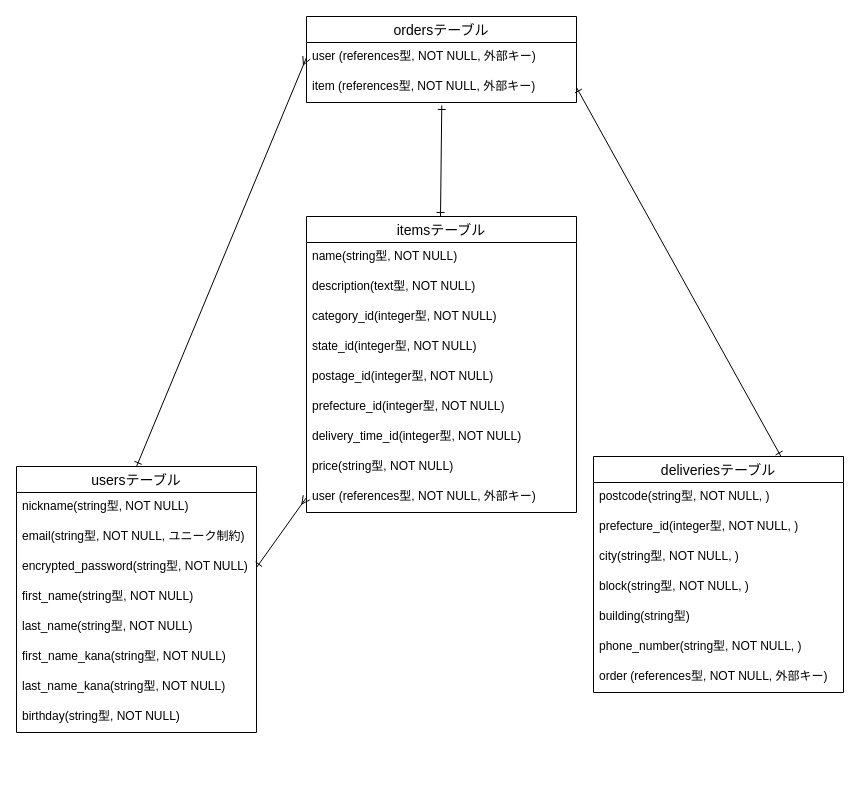
Above: furima.dio in fumiron/furima-37688 (draw.io), before the change. Source tidied: cells renumbered, new cells numbered last; positions are measured from the earlier drawing's top-left corner, leaving out a move shared by most shapes. Both pictures are drawn from the tidied source at 100%, with x=0, y=0 at pixel (16, 16).
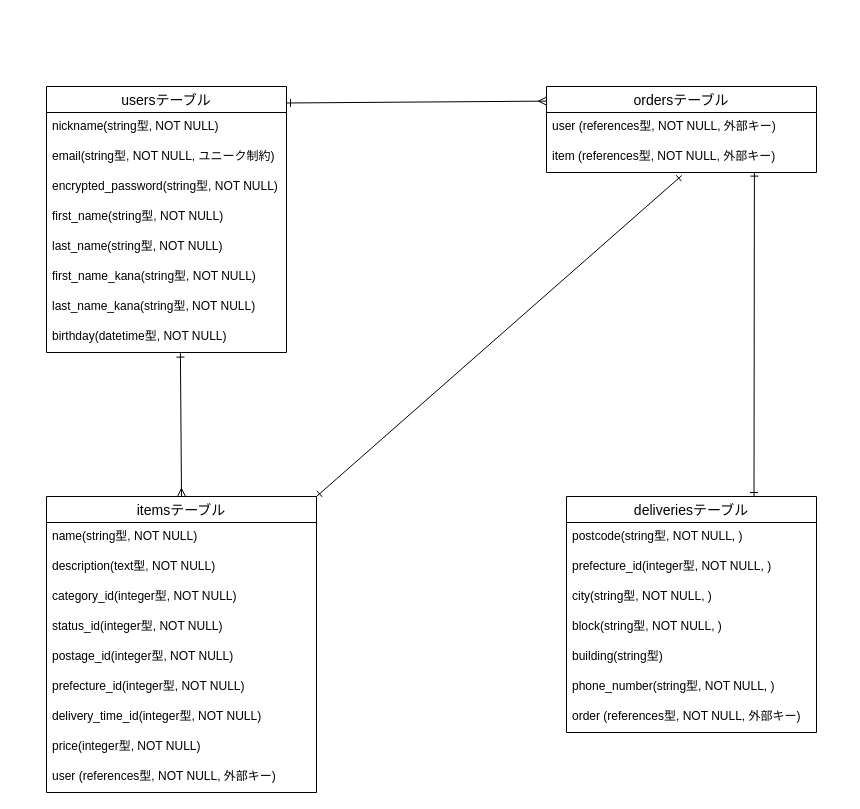
The same page after the edit.

The change refers to these unchanged cells:
```xml
<mxCell id="5" value="encrypted_password(string型, NOT NULL)" style="text;strokeColor=none;fillColor=none;spacingLeft=4;spacingRight=4;overflow=hidden;points=[[0,0.5],[1,0.5]];portConstraint=eastwest;fontSize=12;" parent="2" vertex="1">
  <mxGeometry y="86" width="240" height="30" as="geometry" />
</mxCell>
<mxCell id="22" value="user (references型, NOT NULL, 外部キー)" style="text;strokeColor=none;fillColor=none;spacingLeft=4;spacingRight=4;overflow=hidden;points=[[0,0.5],[1,0.5]];portConstraint=eastwest;fontSize=12;" parent="21" vertex="1">
  <mxGeometry y="26" width="270" height="30" as="geometry" />
</mxCell>
<mxCell id="23" value="item (references型, NOT NULL, 外部キー)" style="text;strokeColor=none;fillColor=none;spacingLeft=4;spacingRight=4;overflow=hidden;points=[[0,0.5],[1,0.5]];portConstraint=eastwest;fontSize=12;" parent="21" vertex="1">
  <mxGeometry y="56" width="270" height="30" as="geometry" />
</mxCell>
```

Diff of the diagram source:
```diff
@@
     <mxCell id="2" value="usersテーブル" style="swimlane;fontStyle=0;horizontal=1;startSize=26;align=center;fontSize=14;" parent="1" vertex="1">
-      <mxGeometry y="450" width="240" height="266" as="geometry" />
+      <mxGeometry x="30" y="70" width="240" height="266" as="geometry" />
     </mxCell>
@@
-    <mxCell id="10" value="birthday(string型, NOT NULL)" style="text;strokeColor=none;fillColor=none;spacingLeft=4;spacingRight=4;overflow=hidden;points=[[0,0.5],[1,0.5]];portConstraint=eastwest;fontSize=12;" parent="2" vertex="1">
+    <mxCell id="10" value="birthday(datetime型, NOT NULL)" style="text;strokeColor=none;fillColor=none;spacingLeft=4;spacingRight=4;overflow=hidden;points=[[0,0.5],[1,0.5]];portConstraint=eastwest;fontSize=12;" parent="2" vertex="1">
       <mxGeometry y="236" width="240" height="30" as="geometry" />
     </mxCell>
     <mxCell id="11" value="itemsテーブル" style="swimlane;fontStyle=0;horizontal=1;startSize=26;align=center;fontSize=14;" parent="1" vertex="1">
-      <mxGeometry x="290" y="200" width="270" height="296" as="geometry" />
+      <mxGeometry x="30" y="480" width="270" height="296" as="geometry" />
     </mxCell>
@@
-    <mxCell id="15" value="state_id(integer型, NOT NULL)" style="text;strokeColor=none;fillColor=none;spacingLeft=4;spacingRight=4;overflow=hidden;fontSize=12;" parent="11" vertex="1">
+    <mxCell id="15" value="status_id(integer型, NOT NULL)" style="text;strokeColor=none;fillColor=none;spacingLeft=4;spacingRight=4;overflow=hidden;fontSize=12;" parent="11" vertex="1">
       <mxGeometry y="116" width="270" height="30" as="geometry" />
     </mxCell>
@@
-    <mxCell id="19" value="price(string型, NOT NULL)" style="text;strokeColor=none;fillColor=none;spacingLeft=4;spacingRight=4;overflow=hidden;fontSize=12;" parent="11" vertex="1">
+    <mxCell id="19" value="price(integer型, NOT NULL)" style="text;strokeColor=none;fillColor=none;spacingLeft=4;spacingRight=4;overflow=hidden;fontSize=12;" parent="11" vertex="1">
       <mxGeometry y="236" width="270" height="30" as="geometry" />
     </mxCell>
@@
     <mxCell id="21" value="ordersテーブル" style="swimlane;fontStyle=0;horizontal=1;startSize=26;align=center;fontSize=14;" parent="1" vertex="1">
-      <mxGeometry x="290" width="270" height="86" as="geometry" />
+      <mxGeometry x="530" y="70" width="270" height="86" as="geometry" />
     </mxCell>
@@
-    <mxCell id="24" style="edgeStyle=none;html=1;startArrow=ERone;startFill=0;endArrow=ERone;endFill=0;entryX=1;entryY=0.5;entryDx=0;entryDy=0;exitX=0.75;exitY=0;exitDx=0;exitDy=0;" parent="1" edge="1" source="25" target="23">
+    <mxCell id="24" style="edgeStyle=none;html=1;startArrow=ERone;startFill=0;endArrow=ERone;endFill=0;exitX=0.75;exitY=0;exitDx=0;exitDy=0;entryX=0.77;entryY=0.987;entryDx=0;entryDy=0;entryPerimeter=0;" parent="1" edge="1" source="25" target="23">
       <mxGeometry relative="1" as="geometry" />
     </mxCell>
     <mxCell id="25" value="deliveriesテーブル" style="swimlane;fontStyle=0;horizontal=1;startSize=26;align=center;fontSize=14;" parent="1" vertex="1">
-      <mxGeometry x="577" y="440" width="250" height="236" as="geometry" />
+      <mxGeometry x="550" y="480" width="250" height="236" as="geometry" />
     </mxCell>
@@
-    <mxCell id="33" style="edgeStyle=none;html=1;entryX=0;entryY=0.5;entryDx=0;entryDy=0;endArrow=ERmany;endFill=0;startArrow=ERone;startFill=0;exitX=1;exitY=0.5;exitDx=0;exitDy=0;" parent="1" edge="1" source="5">
-      <mxGeometry relative="1" as="geometry">
-        <mxPoint x="290" y="481" as="targetPoint" />
-      </mxGeometry>
+    <mxCell id="33" style="edgeStyle=none;html=1;entryX=0.5;entryY=0;entryDx=0;entryDy=0;endArrow=ERmany;endFill=0;startArrow=ERone;startFill=0;exitX=0.558;exitY=1.02;exitDx=0;exitDy=0;exitPerimeter=0;" parent="1" edge="1" source="10" target="11">
+      <mxGeometry relative="1" as="geometry" />
     </mxCell>
-    <mxCell id="34" style="edgeStyle=none;html=1;endArrow=ERmany;endFill=0;startArrow=ERone;startFill=0;exitX=0.5;exitY=0;exitDx=0;exitDy=0;entryX=0;entryY=0.5;entryDx=0;entryDy=0;" parent="1" edge="1" source="2" target="22">
+    <mxCell id="34" style="edgeStyle=none;html=1;endArrow=ERmany;endFill=0;startArrow=ERone;startFill=0;exitX=1;exitY=0.062;exitDx=0;exitDy=0;exitPerimeter=0;entryX=0;entryY=0.17;entryDx=0;entryDy=0;entryPerimeter=0;" parent="1" edge="1" source="2" target="21">
       <mxGeometry relative="1" as="geometry" />
     </mxCell>
-    <mxCell id="35" style="edgeStyle=none;html=1;startArrow=ERone;startFill=0;endArrow=ERone;endFill=0;entryX=0.501;entryY=1.1;entryDx=0;entryDy=0;entryPerimeter=0;" parent="1" edge="1" target="23">
-      <mxGeometry relative="1" as="geometry">
-        <mxPoint x="424" y="200" as="sourcePoint" />
-      </mxGeometry>
+    <mxCell id="35" style="edgeStyle=none;html=1;startArrow=ERone;startFill=0;endArrow=ERone;endFill=0;entryX=0.501;entryY=1.1;entryDx=0;entryDy=0;entryPerimeter=0;exitX=1;exitY=0;exitDx=0;exitDy=0;" parent="1" edge="1" source="11" target="23">
+      <mxGeometry relative="1" as="geometry" />
     </mxCell>
```
